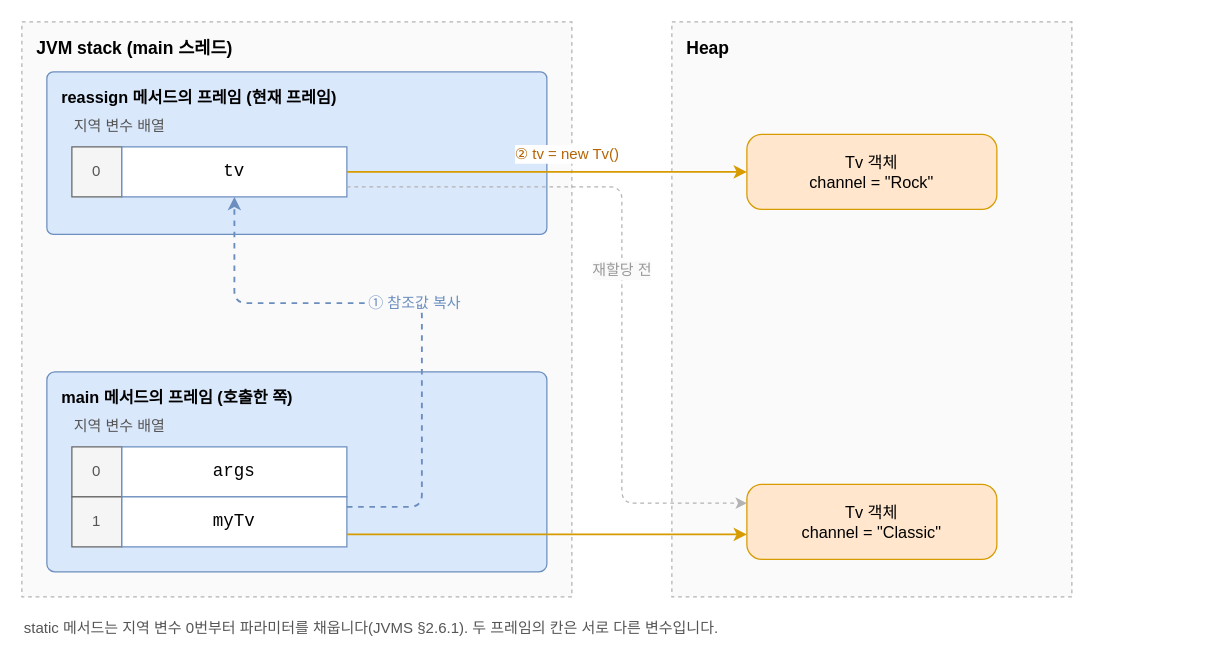
Earlier version of the draw.io diagram src/content/img/call-by-value/java-stack-frames.drawio (benelog/blog). Source tidied: cells renumbered, new cells numbered last; positions are measured from the earlier drawing's top-left corner, leaving out a move shared by most shapes. Both pictures are drawn from the tidied source at 125%, with x=0, y=0 at pixel (21, 21).
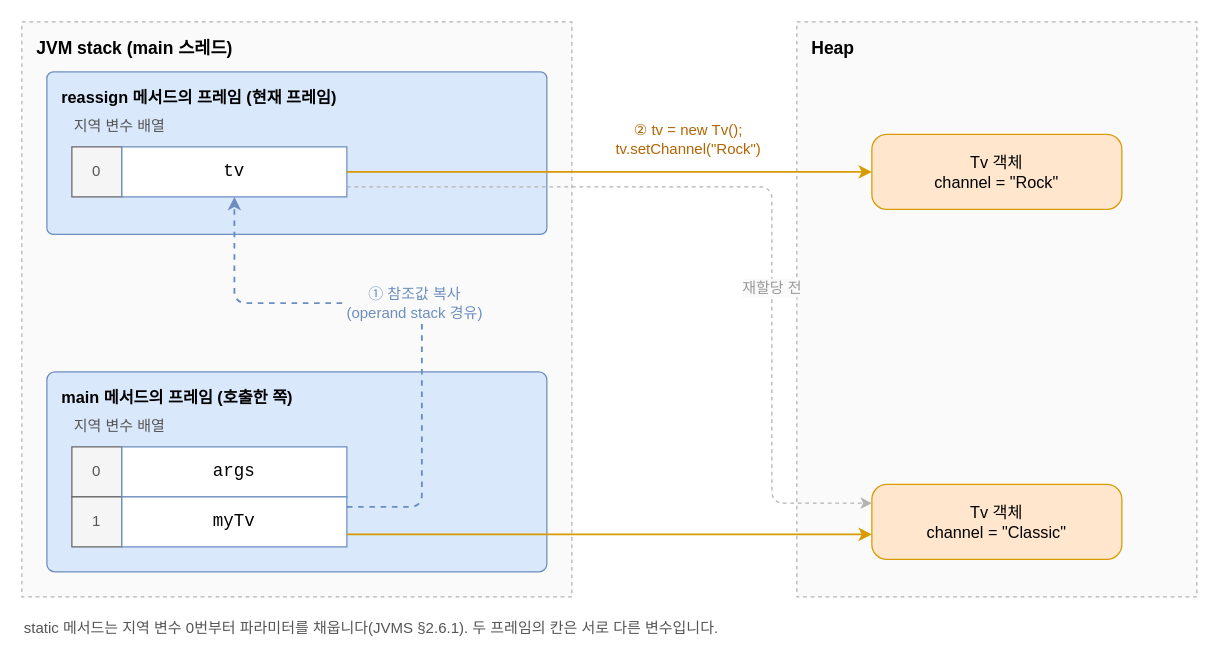
Above is the later version.

Unchanged cells that the change refers to:
```xml
<mxCell id="7" value="tv" style="rounded=0;whiteSpace=wrap;html=1;fontSize=14;fontFamily=Courier New;fillColor=#ffffff;strokeColor=#6c8ebf;" parent="1" vertex="1">
  <mxGeometry x="80" y="100" width="180" height="40" as="geometry" />
</mxCell>
<mxCell id="13" value="myTv" style="rounded=0;whiteSpace=wrap;html=1;fontSize=14;fontFamily=Courier New;fillColor=#ffffff;strokeColor=#6c8ebf;" parent="1" vertex="1">
  <mxGeometry x="80" y="380" width="180" height="40" as="geometry" />
</mxCell>
```

What changed in the source:
```diff
@@
     <mxCell id="3" value="Heap" style="rounded=0;whiteSpace=wrap;html=1;fontSize=14;fillColor=#fafafa;strokeColor=#b3b3b3;dashed=1;verticalAlign=top;align=left;fontStyle=1;spacingLeft=10;spacingTop=6;" parent="1" vertex="1">
-      <mxGeometry x="520" width="320" height="460" as="geometry" />
+      <mxGeometry x="620" width="320" height="460" as="geometry" />
     </mxCell>
@@
     <mxCell id="14" value="Tv 객체&lt;br&gt;channel = &quot;Rock&quot;" style="rounded=1;arcSize=20;whiteSpace=wrap;html=1;fontSize=13;fillColor=#ffe6cc;strokeColor=#d79b00;" parent="1" vertex="1">
-      <mxGeometry x="580" y="90" width="200" height="60" as="geometry" />
+      <mxGeometry x="680" y="90" width="200" height="60" as="geometry" />
     </mxCell>
     <mxCell id="15" value="Tv 객체&lt;br&gt;channel = &quot;Classic&quot;" style="rounded=1;arcSize=20;whiteSpace=wrap;html=1;fontSize=13;fillColor=#ffe6cc;strokeColor=#d79b00;" parent="1" vertex="1">
-      <mxGeometry x="580" y="370" width="200" height="60" as="geometry" />
+      <mxGeometry x="680" y="370" width="200" height="60" as="geometry" />
     </mxCell>
-    <mxCell id="16" value="① 참조값 복사" style="edgeStyle=orthogonalEdgeStyle;rounded=1;html=1;fontSize=12;fontColor=#6c8ebf;strokeColor=#6c8ebf;dashed=1;strokeWidth=1.5;exitX=1;exitY=0.2;exitDx=0;exitDy=0;entryX=0.5;entryY=1;entryDx=0;entryDy=0;labelBackgroundColor=#fafafa;" parent="1" edge="1" source="13" target="7">
+    <mxCell id="16" value="① 참조값 복사&lt;br&gt;(operand stack 경유)" style="edgeStyle=orthogonalEdgeStyle;rounded=1;html=1;fontSize=12;fontColor=#6c8ebf;strokeColor=#6c8ebf;dashed=1;strokeWidth=1.5;exitX=1;exitY=0.2;exitDx=0;exitDy=0;entryX=0.5;entryY=1;entryDx=0;entryDy=0;labelBackgroundColor=#fafafa;" parent="1" edge="1" source="13" target="7">
       <mxGeometry relative="1" as="geometry">
         <Array as="points">
           <mxPoint x="320" y="388" />
           <mxPoint x="320" y="225" />
           <mxPoint x="170" y="225" />
         </Array>
       </mxGeometry>
     </mxCell>
     <mxCell id="17" value="재할당 전" style="edgeStyle=orthogonalEdgeStyle;rounded=1;html=1;fontSize=12;fontColor=#999999;strokeColor=#b3b3b3;dashed=1;exitX=1;exitY=0.8;exitDx=0;exitDy=0;entryX=0;entryY=0.25;entryDx=0;entryDy=0;labelBackgroundColor=#fafafa;" parent="1" edge="1" source="7" target="15">
-      <mxGeometry relative="1" as="geometry">
+      <mxGeometry x="0.25" relative="1" as="geometry">
         <Array as="points">
-          <mxPoint x="480" y="132" />
-          <mxPoint x="480" y="385" />
+          <mxPoint x="600" y="132" />
+          <mxPoint x="600" y="385" />
         </Array>
       </mxGeometry>
     </mxCell>
-    <mxCell id="18" value="② tv = new Tv()" style="edgeStyle=orthogonalEdgeStyle;rounded=1;html=1;fontSize=12;strokeColor=#d79b00;fontColor=#b46504;strokeWidth=1.5;exitX=1;exitY=0.5;exitDx=0;exitDy=0;entryX=0;entryY=0.5;entryDx=0;entryDy=0;labelBackgroundColor=#ffffff;" parent="1" edge="1" source="7" target="14">
-      <mxGeometry x="0.1" relative="1" as="geometry">
-        <mxPoint y="-14" as="offset" />
+    <mxCell id="18" value="② tv = new Tv();&lt;br&gt;tv.setChannel(&quot;Rock&quot;)" style="edgeStyle=orthogonalEdgeStyle;rounded=1;html=1;fontSize=12;strokeColor=#d79b00;fontColor=#b46504;strokeWidth=1.5;exitX=1;exitY=0.5;exitDx=0;exitDy=0;entryX=0;entryY=0.5;entryDx=0;entryDy=0;labelBackgroundColor=#ffffff;" parent="1" edge="1" source="7" target="14">
+      <mxGeometry x="0.3" relative="1" as="geometry">
+        <mxPoint y="-26" as="offset" />
       </mxGeometry>
     </mxCell>
@@
     <mxCell id="20" value="static 메서드는 지역 변수 0번부터 파라미터를 채웁니다(JVMS §2.6.1). 두 프레임의 칸은 서로 다른 변수입니다." style="text;html=1;fontSize=12;fontColor=#555555;align=left;verticalAlign=middle;whiteSpace=wrap;" parent="1" vertex="1">
-      <mxGeometry y="470" width="840" height="30" as="geometry" />
+      <mxGeometry y="470" width="940" height="30" as="geometry" />
     </mxCell>
```
